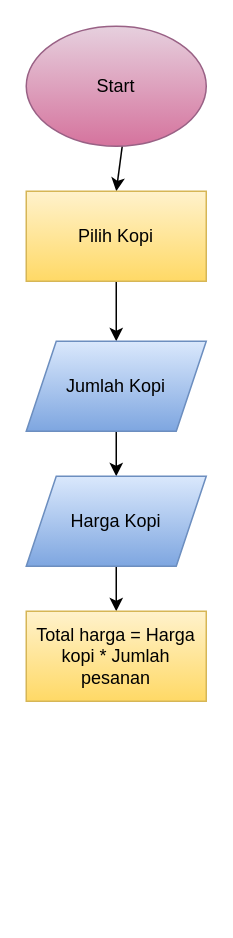
This is flowchart.drawio from rosanovarian/Rosa_Novarian_Agninditya_Nugroho-Kalkulator_Diskon_Kopi, a draw.io file, before an edit. Source tidied: cells renumbered, new cells numbered last; positions are measured from the earlier drawing's top-left corner, leaving out a move shared by most shapes. Both pictures are drawn from the tidied source at 150%, with x=0, y=0 at pixel (26, 26).
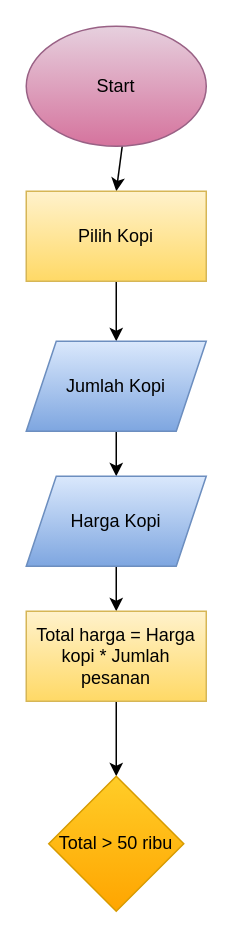
After the change.

Commit message:
Inisialisasi Pengkondisian

Change to the diagram source:
```diff
@@
 <mxGraphModel>
   <root>
     <mxCell id="0" />
     <mxCell id="1" parent="0" />
     <mxCell id="2" style="edgeStyle=none;html=1;fontColor=#000000;" parent="1" edge="1" source="3" target="5">
       <mxGeometry relative="1" as="geometry" />
     </mxCell>
     <mxCell id="3" value="&lt;font color=&quot;#000000&quot;&gt;Start&lt;/font&gt;" style="ellipse;whiteSpace=wrap;html=1;fillColor=#e6d0de;strokeColor=#996185;gradientColor=#d5739d;" parent="1" vertex="1">
       <mxGeometry width="120" height="80" as="geometry" />
     </mxCell>
     <mxCell id="4" style="edgeStyle=none;html=1;fontColor=#000000;" parent="1" edge="1" source="5" target="7">
       <mxGeometry relative="1" as="geometry" />
     </mxCell>
     <mxCell id="5" value="&lt;font color=&quot;#000000&quot;&gt;Pilih Kopi&lt;/font&gt;" style="rounded=0;whiteSpace=wrap;html=1;fillColor=#fff2cc;strokeColor=#d6b656;gradientColor=#ffd966;" parent="1" vertex="1">
       <mxGeometry y="110" width="120" height="60" as="geometry" />
     </mxCell>
     <mxCell id="6" style="edgeStyle=none;html=1;fontColor=#000000;" parent="1" edge="1" source="7" target="9">
       <mxGeometry relative="1" as="geometry" />
     </mxCell>
     <mxCell id="7" value="&lt;font color=&quot;#000000&quot;&gt;Jumlah Kopi&lt;/font&gt;" style="shape=parallelogram;perimeter=parallelogramPerimeter;whiteSpace=wrap;html=1;fixedSize=1;fillColor=#dae8fc;gradientColor=#7ea6e0;strokeColor=#6c8ebf;" parent="1" vertex="1">
       <mxGeometry y="210" width="120" height="60" as="geometry" />
     </mxCell>
     <mxCell id="8" style="edgeStyle=none;html=1;fontColor=#000000;" parent="1" edge="1" source="9" target="10">
       <mxGeometry relative="1" as="geometry" />
     </mxCell>
     <mxCell id="9" value="&lt;font color=&quot;#000000&quot;&gt;Harga Kopi&lt;/font&gt;" style="shape=parallelogram;perimeter=parallelogramPerimeter;whiteSpace=wrap;html=1;fixedSize=1;fillColor=#dae8fc;gradientColor=#7ea6e0;strokeColor=#6c8ebf;" parent="1" vertex="1">
       <mxGeometry y="300" width="120" height="60" as="geometry" />
     </mxCell>
+    <mxCell id="11" style="edgeStyle=none;html=1;fontColor=#000000;" parent="1" edge="1" source="10" target="12">
+      <mxGeometry relative="1" as="geometry" />
+    </mxCell>
     <mxCell id="10" value="&lt;font color=&quot;#000000&quot;&gt;Total harga = Harga kopi * Jumlah pesanan&lt;/font&gt;" style="rounded=0;whiteSpace=wrap;html=1;fillColor=#fff2cc;gradientColor=#ffd966;strokeColor=#d6b656;" parent="1" vertex="1">
       <mxGeometry y="390" width="120" height="60" as="geometry" />
     </mxCell>
+    <mxCell id="12" value="&lt;font color=&quot;#000000&quot;&gt;Total &amp;gt; 50 ribu&lt;/font&gt;" style="rhombus;whiteSpace=wrap;html=1;fillColor=#ffcd28;gradientColor=#ffa500;strokeColor=#d79b00;" parent="1" vertex="1">
+      <mxGeometry x="15" y="500" width="90" height="90" as="geometry" />
+    </mxCell>
   </root>
 </mxGraphModel>
```
